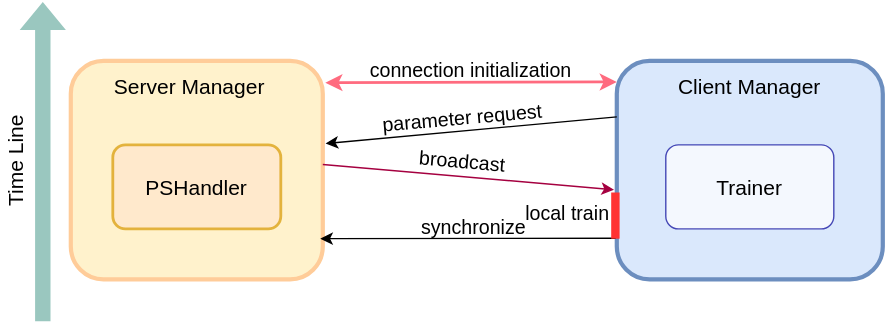
SMILELab-FL/FedLab keeps this draw.io diagram as docs/imgs/fedlab-asynchronous.svg. Above is the earlier version. Source tidied: cells renumbered, new cells last; positions are measured from the earlier drawing's top-left corner, leaving out a move shared by most shapes.
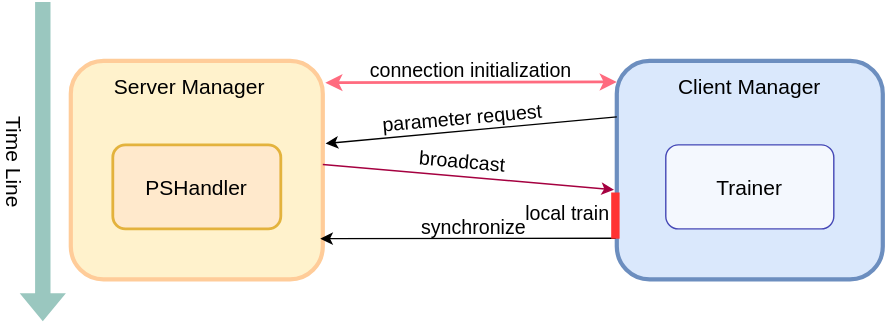
Later version of the same file.

Commit message:
fix syn/asyn overview imgs

What changed in the source:
```diff
@@ -64,11 +64,11 @@
     </mxCell>
     <mxCell id="18" style="shape=flexArrow;endArrow=classic;html=1;fontColor=#000000;strokeWidth=2;strokeColor=none;fillColor=#9AC7BF;" parent="1" edge="1">
       <mxGeometry relative="1" as="geometry">
-        <mxPoint x="60" y="230" as="sourcePoint" />
-        <mxPoint x="60" as="targetPoint" />
+        <mxPoint x="60" as="sourcePoint" />
+        <mxPoint x="60" y="230" as="targetPoint" />
       </mxGeometry>
     </mxCell>
-    <mxCell id="19" value="Time Line" style="text;html=1;align=center;verticalAlign=middle;fillColor=none;strokeColor=none;rounded=0;fontColor=#000000;fontSize=15;rotation=-90;" parent="1" vertex="1">
+    <mxCell id="19" value="Time Line" style="text;html=1;align=center;verticalAlign=middle;fillColor=none;strokeColor=none;rounded=0;fontColor=#000000;fontSize=15;rotation=90;" parent="1" vertex="1">
       <mxGeometry y="105" width="80" height="20" as="geometry" />
     </mxCell>
   </root>
```
